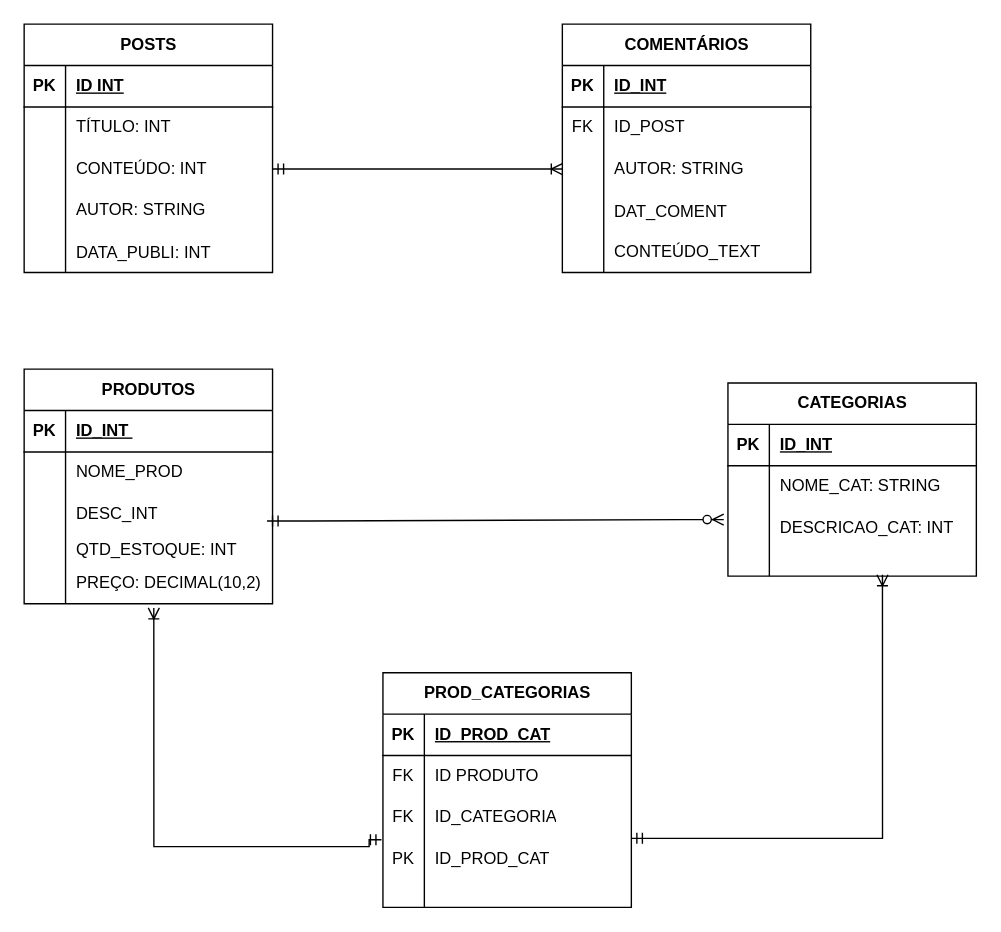
Before: praticas/pratica03/MODELO_BANCODEDADOS.drawio in Joaozin061/pc2, a draw.io diagram. Source tidied: cells renumbered, new cells numbered last; positions are measured from the earlier drawing's top-left corner, leaving out a move shared by most shapes. Both pictures are drawn from the tidied source at 138%, with x=0, y=0 at pixel (23, 23).
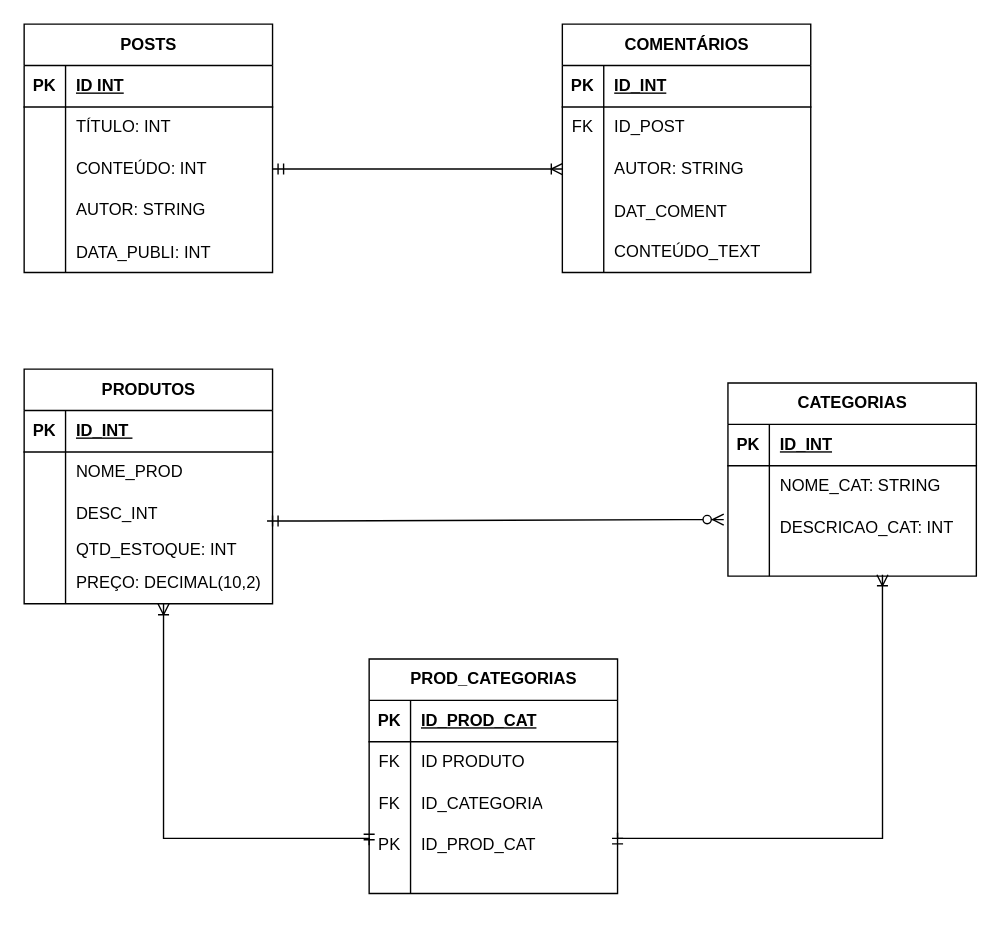
After the change.

Unchanged cells that the change refers to:
```xml
<mxCell id="48" style="shape=tableRow;horizontal=0;startSize=0;swimlaneHead=0;swimlaneBody=0;fillColor=none;points=[[0,0.5],[1,0.5]];portConstraint=eastwest;top=0;left=0;right=0;bottom=0;" parent="35" vertex="1">
  <mxGeometry y="140" width="180" height="30" as="geometry" />
</mxCell>
<mxCell id="61" style="shape=tableRow;horizontal=0;startSize=0;swimlaneHead=0;swimlaneBody=0;fillColor=none;points=[[0,0.5],[1,0.5]];portConstraint=eastwest;top=0;left=0;right=0;bottom=0;" parent="51" vertex="1">
  <mxGeometry y="120" width="180" height="20" as="geometry" />
</mxCell>
<mxCell id="71" style="shape=tableRow;horizontal=0;startSize=0;swimlaneHead=0;swimlaneBody=0;fillColor=none;points=[[0,0.5],[1,0.5]];portConstraint=eastwest;top=0;left=0;right=0;bottom=0;" parent="64" vertex="1">
  <mxGeometry y="90" width="180" height="30" as="geometry" />
</mxCell>
<mxCell id="74" style="shape=tableRow;horizontal=0;startSize=0;swimlaneHead=0;swimlaneBody=0;fillColor=none;points=[[0,0.5],[1,0.5]];portConstraint=eastwest;top=0;left=0;right=0;bottom=0;" parent="64" vertex="1">
  <mxGeometry y="120" width="180" height="30" as="geometry" />
</mxCell>
```

Diff of the diagram source:
```diff
@@
     <mxCell id="64" value="PROD_CATEGORIAS" style="shape=table;startSize=30;childLayout=tableLayout;rowLines=0;fontStyle=1;align=center;html=1;" parent="1" vertex="1">
-      <mxGeometry x="260" y="470" width="180" height="170" as="geometry" />
+      <mxGeometry x="250" y="460" width="180" height="170" as="geometry" />
     </mxCell>
@@
-    <mxCell id="81" style="edgeStyle=orthogonalEdgeStyle;fontSize=12;html=1;endArrow=ERoneToMany;startArrow=ERmandOne;rounded=0;entryX=0.522;entryY=1.1;entryDx=0;entryDy=0;entryPerimeter=0;exitX=-0.006;exitY=1.033;exitDx=0;exitDy=0;exitPerimeter=0;" parent="1" edge="1" source="71" target="48">
-      <mxGeometry relative="1" as="geometry">
-        <Array as="points">
-          <mxPoint x="250" y="591" />
-          <mxPoint x="250" y="596" />
-          <mxPoint x="94" y="596" />
-        </Array>
-      </mxGeometry>
-    </mxCell>
-    <mxCell id="82" style="edgeStyle=orthogonalEdgeStyle;fontSize=12;html=1;endArrow=ERoneToMany;startArrow=ERmandOne;rounded=0;entryX=0.622;entryY=0.95;entryDx=0;entryDy=0;entryPerimeter=0;" parent="1" edge="1" target="61">
+    <mxCell id="82" style="edgeStyle=orthogonalEdgeStyle;fontSize=12;html=1;endArrow=ERoneToMany;startArrow=ERmandOne;rounded=0;entryX=0.622;entryY=0.95;entryDx=0;entryDy=0;entryPerimeter=0;exitX=1;exitY=0.2;exitDx=0;exitDy=0;exitPerimeter=0;" parent="1" edge="1" source="74" target="61">
       <mxGeometry relative="1" as="geometry">
-        <mxPoint x="440" y="590" as="sourcePoint" />
         <Array as="points">
+          <mxPoint x="430" y="590" />
           <mxPoint x="622" y="590" />
         </Array>
       </mxGeometry>
     </mxCell>
+    <mxCell id="83" style="edgeStyle=orthogonalEdgeStyle;fontSize=12;html=1;endArrow=ERoneToMany;startArrow=ERmandOne;rounded=0;exitX=0;exitY=0.5;exitDx=0;exitDy=0;" parent="1" edge="1" source="74">
+      <mxGeometry relative="1" as="geometry">
+        <mxPoint x="101" y="420" as="targetPoint" />
+        <Array as="points">
+          <mxPoint x="250" y="590" />
+          <mxPoint x="101" y="590" />
+        </Array>
+      </mxGeometry>
+    </mxCell>
```
